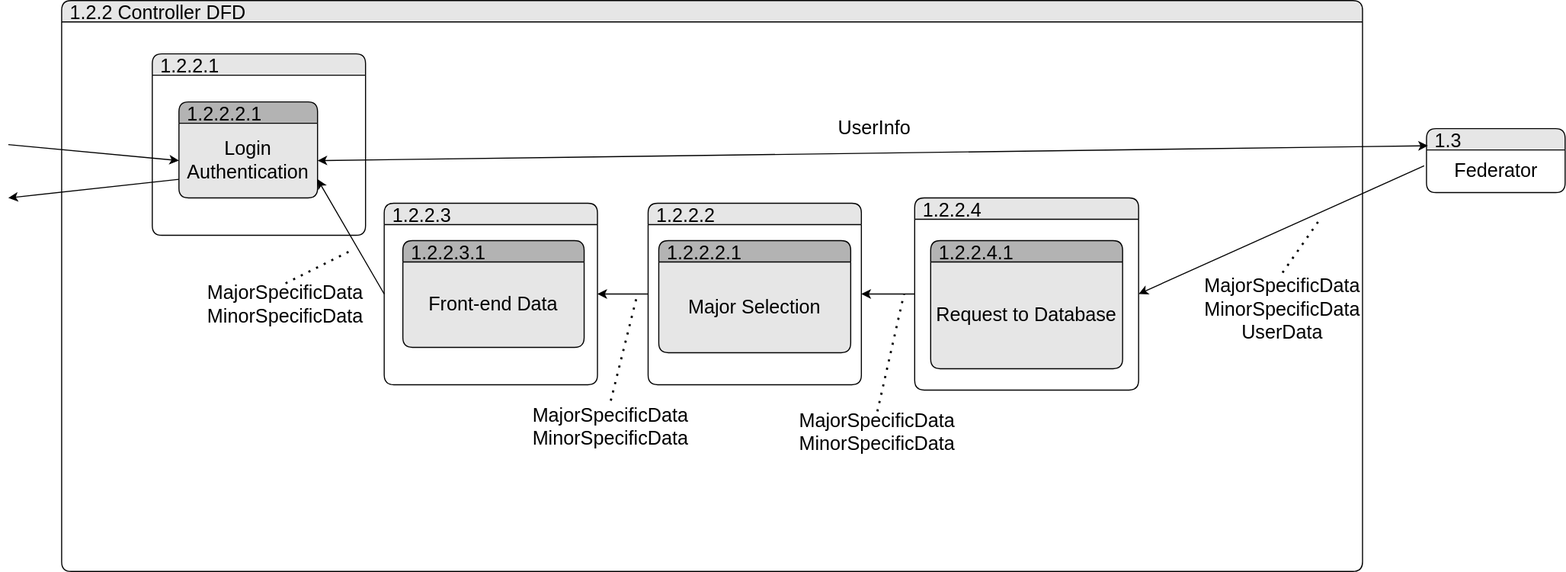
Before: TeamTwoFiles/SimpleController_DFD.drawio.svg, a diagram exported from draw.io (MckennahPalmer/CSE430). Source tidied: cells renumbered, new cells last; positions are measured from the earlier drawing's top-left corner, leaving out a move shared by most shapes.
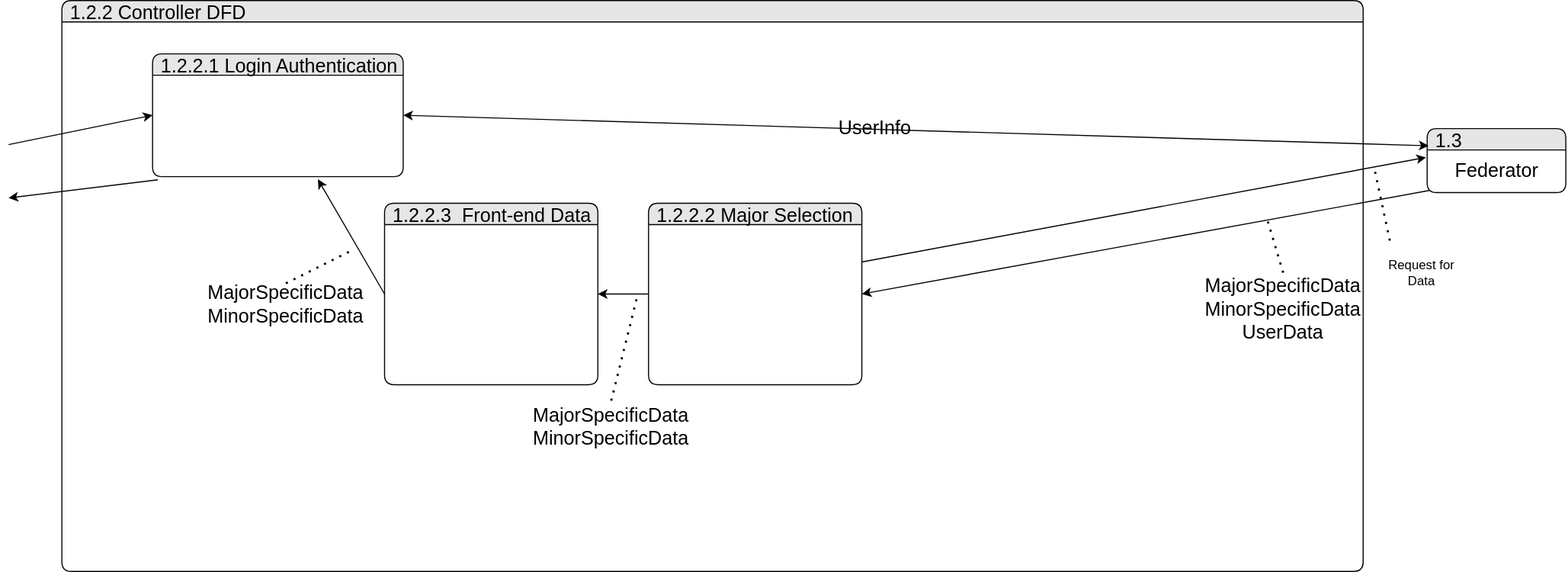
The same diagram one commit later.

Diff of the diagram source:
```diff
@@ -5,68 +5,52 @@
     <mxCell id="2" value="1.2.2 Controller DFD" style="swimlane;fontStyle=0;horizontal=1;startSize=20;fillColor=#E6E6E6;swimlaneFillColor=#FFFFFF;rounded=1;strokeColor=default;align=left;verticalAlign=middle;fontFamily=Helvetica;fontSize=18;fontColor=default;spacingLeft=6;shadow=0;" parent="1" vertex="1">
       <mxGeometry x="50" width="1220" height="535" as="geometry" />
     </mxCell>
-    <mxCell id="3" value="1.2.2.4 " style="swimlane;fontStyle=0;horizontal=1;startSize=20;fillColor=#E6E6E6;swimlaneFillColor=#FFFFFF;rounded=1;strokeColor=default;align=left;verticalAlign=middle;fontFamily=Helvetica;fontSize=18;fontColor=default;spacingLeft=6;shadow=0;" parent="1" vertex="1">
-      <mxGeometry x="850" y="185" width="210" height="180" as="geometry" />
-    </mxCell>
+    <mxCell id="34" style="edgeStyle=none;jettySize=auto;html=1;rounded=0;entryX=-0.008;entryY=0.175;entryDx=0;entryDy=0;entryPerimeter=0;" parent="2" edge="1" target="17">
+      <mxGeometry relative="1" as="geometry">
+        <mxPoint x="750" y="245" as="sourcePoint" />
+      </mxGeometry>
+    </mxCell>
     <mxCell id="4" style="edgeStyle=orthogonalEdgeStyle;rounded=0;jettySize=auto;html=1;entryX=1;entryY=0.5;entryDx=0;entryDy=0;" parent="1" edge="1" source="5" target="8">
       <mxGeometry relative="1" as="geometry" />
     </mxCell>
-    <mxCell id="5" value="1.2.2.2 " style="swimlane;fontStyle=0;horizontal=1;startSize=20;fillColor=#E6E6E6;swimlaneFillColor=#FFFFFF;rounded=1;strokeColor=default;align=left;verticalAlign=middle;fontFamily=Helvetica;fontSize=18;fontColor=default;spacingLeft=6;shadow=0;" parent="1" vertex="1">
+    <mxCell id="5" value="1.2.2.2 Major Selection" style="swimlane;fontStyle=0;horizontal=1;startSize=20;fillColor=#E6E6E6;swimlaneFillColor=#FFFFFF;rounded=1;strokeColor=default;align=left;verticalAlign=middle;fontFamily=Helvetica;fontSize=18;fontColor=default;spacingLeft=6;shadow=0;" parent="1" vertex="1">
       <mxGeometry x="600" y="190" width="200" height="170" as="geometry" />
     </mxCell>
-    <mxCell id="6" value="1.2.2.4.1" style="swimlane;fontStyle=0;horizontal=1;startSize=20;fillColor=#B3B3B3;swimlaneFillColor=#E6E6E6;rounded=1;strokeColor=default;align=left;verticalAlign=middle;fontFamily=Helvetica;fontSize=18;fontColor=default;spacingLeft=6;shadow=0;" parent="1" vertex="1">
-      <mxGeometry x="865" y="225" width="180" height="120" as="geometry" />
-    </mxCell>
-    <mxCell id="7" value="&lt;font style=&quot;font-size: 18px;&quot;&gt;Request to Database&lt;/font&gt;" style="text;html=1;strokeColor=none;fillColor=none;align=center;verticalAlign=middle;whiteSpace=wrap;rounded=0;fontSize=12;fontFamily=Helvetica;fontColor=default;" parent="6" vertex="1" collapsed="1">
-      <mxGeometry y="20" width="180" height="100" as="geometry" />
-    </mxCell>
-    <mxCell id="8" value="1.2.2.3  " style="swimlane;fontStyle=0;horizontal=1;startSize=20;fillColor=#E6E6E6;swimlaneFillColor=#FFFFFF;rounded=1;strokeColor=default;align=left;verticalAlign=middle;fontFamily=Helvetica;fontSize=18;fontColor=default;spacingLeft=6;shadow=0;" parent="1" vertex="1">
+    <mxCell id="8" value="1.2.2.3  Front-end Data" style="swimlane;fontStyle=0;horizontal=1;startSize=20;fillColor=#E6E6E6;swimlaneFillColor=#FFFFFF;rounded=1;strokeColor=default;align=left;verticalAlign=middle;fontFamily=Helvetica;fontSize=18;fontColor=default;spacingLeft=6;shadow=0;" parent="1" vertex="1">
       <mxGeometry x="352.5" y="190" width="200" height="170" as="geometry" />
     </mxCell>
     <mxCell id="9" style="group;" parent="1" vertex="1">
-      <mxGeometry x="135" y="50" width="200" height="170" as="geometry" />
+      <mxGeometry x="135" y="50" width="235" height="115" as="geometry" />
     </mxCell>
-    <mxCell id="10" value="1.2.2.1 " style="swimlane;fontStyle=0;horizontal=1;startSize=20;fillColor=#E6E6E6;swimlaneFillColor=#FFFFFF;rounded=1;strokeColor=default;align=left;verticalAlign=middle;fontFamily=Helvetica;fontSize=18;fontColor=default;spacingLeft=6;shadow=0;" parent="9" vertex="1">
-      <mxGeometry width="200" height="170" as="geometry" />
+    <mxCell id="10" value="1.2.2.1 Login Authentication" style="swimlane;fontStyle=0;horizontal=1;startSize=20;fillColor=#E6E6E6;swimlaneFillColor=#FFFFFF;rounded=1;strokeColor=default;align=left;verticalAlign=middle;fontFamily=Helvetica;fontSize=18;fontColor=default;spacingLeft=6;shadow=0;" parent="9" vertex="1">
+      <mxGeometry width="235" height="115" as="geometry" />
     </mxCell>
-    <mxCell id="11" value="1.2.2.3.1" style="swimlane;fontStyle=0;horizontal=1;startSize=20;fillColor=#B3B3B3;swimlaneFillColor=#E6E6E6;rounded=1;strokeColor=default;align=left;verticalAlign=middle;fontFamily=Helvetica;fontSize=18;fontColor=default;spacingLeft=6;shadow=0;" parent="1" vertex="1">
-      <mxGeometry x="370" y="225" width="170" height="100" as="geometry" />
-    </mxCell>
-    <mxCell id="12" value="&lt;font style=&quot;font-size: 18px;&quot;&gt;Front-end Data&lt;/font&gt;" style="text;html=1;strokeColor=none;fillColor=none;align=center;verticalAlign=middle;whiteSpace=wrap;rounded=0;fontSize=12;fontFamily=Helvetica;fontColor=default;" parent="11" vertex="1">
-      <mxGeometry y="20" width="170" height="80" as="geometry" />
-    </mxCell>
-    <mxCell id="13" value="1.2.2.2.1" style="swimlane;fontStyle=0;horizontal=1;startSize=20;fillColor=#B3B3B3;swimlaneFillColor=#E6E6E6;rounded=1;strokeColor=default;align=left;verticalAlign=middle;fontFamily=Helvetica;fontSize=18;fontColor=default;spacingLeft=6;shadow=0;" parent="1" vertex="1">
-      <mxGeometry x="610" y="225" width="180" height="105" as="geometry" />
-    </mxCell>
-    <mxCell id="14" value="&lt;font style=&quot;font-size: 18px;&quot;&gt;Major Selection&lt;/font&gt;" style="text;html=1;strokeColor=none;fillColor=none;align=center;verticalAlign=middle;whiteSpace=wrap;rounded=0;fontSize=12;fontFamily=Helvetica;fontColor=default;" parent="13" vertex="1">
-      <mxGeometry y="20" width="180" height="85" as="geometry" />
-    </mxCell>
-    <mxCell id="15" value="1.2.2.2.1" style="swimlane;fontStyle=0;horizontal=1;startSize=20;fillColor=#B3B3B3;swimlaneFillColor=#E6E6E6;rounded=1;strokeColor=default;align=left;verticalAlign=middle;fontFamily=Helvetica;fontSize=18;fontColor=default;spacingLeft=6;shadow=0;" parent="1" vertex="1">
-      <mxGeometry x="160" y="95" width="130" height="90" as="geometry" />
-    </mxCell>
     <mxCell id="16" value="1.3" style="swimlane;fontStyle=0;horizontal=1;startSize=20;fillColor=#E6E6E6;swimlaneFillColor=#FFFFFF;rounded=1;strokeColor=default;align=left;verticalAlign=middle;fontFamily=Helvetica;fontSize=18;fontColor=default;spacingLeft=6;shadow=0;" parent="1" vertex="1">
       <mxGeometry x="1330" y="120" width="130" height="60" as="geometry" />
     </mxCell>
     <mxCell id="17" value="&lt;font style=&quot;font-size: 18px;&quot;&gt;Federator&lt;/font&gt;" style="text;html=1;align=center;verticalAlign=middle;points=[];strokeColor=none;fillColor=none;" parent="16" vertex="1">
       <mxGeometry y="20" width="130" height="40" as="geometry" />
     </mxCell>
-    <mxCell id="18" style="endArrow=classic;html=1;rounded=0;entryX=0;entryY=0.5;entryDx=0;entryDy=0;" parent="1" edge="1" target="33">
+    <mxCell id="18" style="endArrow=classic;html=1;rounded=0;entryX=0;entryY=0.5;entryDx=0;entryDy=0;" parent="1" edge="1" target="10">
       <mxGeometry relative="1" as="geometry">
         <mxPoint y="135" as="sourcePoint" />
       </mxGeometry>
     </mxCell>
-    <mxCell id="19" style="endArrow=classic;html=1;rounded=0;exitX=0;exitY=0.75;exitDx=0;exitDy=0;" parent="1" edge="1" source="33">
+    <mxCell id="19" style="endArrow=classic;html=1;rounded=0;" parent="1" edge="1">
       <mxGeometry relative="1" as="geometry">
+        <mxPoint x="140" y="168" as="sourcePoint" />
         <mxPoint y="185" as="targetPoint" />
       </mxGeometry>
     </mxCell>
-    <mxCell id="20" style="endArrow=classic;html=1;rounded=0;exitX=-0.017;exitY=0.373;exitDx=0;exitDy=0;exitPerimeter=0;entryX=1;entryY=0.5;entryDx=0;entryDy=0;" parent="1" edge="1" source="17" target="3">
+    <mxCell id="20" style="endArrow=classic;html=1;rounded=0;exitX=0.015;exitY=0.95;exitDx=0;exitDy=0;exitPerimeter=0;entryX=1;entryY=0.5;entryDx=0;entryDy=0;" parent="1" edge="1" source="17" target="5">
       <mxGeometry relative="1" as="geometry" />
     </mxCell>
-    <mxCell id="21" style="endArrow=classic;html=1;rounded=0;exitX=0;exitY=0.5;exitDx=0;exitDy=0;entryX=1;entryY=0.75;entryDx=0;entryDy=0;" parent="1" edge="1" source="8" target="33">
-      <mxGeometry relative="1" as="geometry" />
+    <mxCell id="21" style="endArrow=classic;html=1;rounded=0;exitX=0;exitY=0.5;exitDx=0;exitDy=0;entryX=1;entryY=0.75;entryDx=0;entryDy=0;" parent="1" edge="1" source="8">
+      <mxGeometry relative="1" as="geometry">
+        <mxPoint x="290" y="167.5" as="targetPoint" />
+      </mxGeometry>
     </mxCell>
-    <mxCell id="22" style="endArrow=classic;startArrow=classic;html=1;rounded=0;exitX=1;exitY=0.5;exitDx=0;exitDy=0;entryX=0.01;entryY=-0.098;entryDx=0;entryDy=0;entryPerimeter=0;" parent="1" edge="1" source="33" target="17">
+    <mxCell id="22" style="endArrow=classic;startArrow=classic;html=1;rounded=0;entryX=0.01;entryY=-0.098;entryDx=0;entryDy=0;entryPerimeter=0;exitX=1;exitY=0.5;exitDx=0;exitDy=0;" parent="1" edge="1" source="10" target="17">
       <mxGeometry relative="1" as="geometry" />
     </mxCell>
     <mxCell id="23" value="&lt;font style=&quot;font-size: 18px;&quot;&gt;UserInfo&amp;nbsp;&lt;/font&gt;" style="text;html=1;strokeColor=none;fillColor=none;align=center;verticalAlign=middle;whiteSpace=wrap;rounded=0;" parent="1" vertex="1">
@@ -75,14 +59,6 @@
     <mxCell id="24" value="&lt;font style=&quot;font-size: 18px;&quot;&gt;MajorSpecificData&lt;br&gt;MinorSpecificData&lt;br&gt;UserData&lt;/font&gt;" style="text;html=1;strokeColor=none;fillColor=none;align=center;verticalAlign=middle;whiteSpace=wrap;rounded=0;" parent="1" vertex="1">
       <mxGeometry x="1110" y="255" width="170" height="70" as="geometry" />
     </mxCell>
-    <mxCell id="25" value="&lt;font style=&quot;font-size: 18px;&quot;&gt;MajorSpecificData&lt;br&gt;MinorSpecificData&lt;/font&gt;" style="text;html=1;strokeColor=none;fillColor=none;align=center;verticalAlign=middle;whiteSpace=wrap;rounded=0;" parent="1" vertex="1">
-      <mxGeometry x="760" y="385" width="110" height="40" as="geometry" />
-    </mxCell>
-    <mxCell id="26" style="endArrow=none;dashed=1;html=1;dashPattern=1 3;strokeWidth=2;rounded=0;exitX=0.5;exitY=0;exitDx=0;exitDy=0;" parent="1" edge="1" source="25">
-      <mxGeometry relative="1" as="geometry">
-        <mxPoint x="840" y="275" as="targetPoint" />
-      </mxGeometry>
-    </mxCell>
     <mxCell id="27" value="&lt;font style=&quot;font-size: 18px;&quot;&gt;MajorSpecificData&lt;br&gt;MinorSpecificData&lt;/font&gt;" style="text;html=1;strokeColor=none;fillColor=none;align=center;verticalAlign=middle;whiteSpace=wrap;rounded=0;" parent="1" vertex="1">
       <mxGeometry x="520" y="375" width="90" height="50" as="geometry" />
     </mxCell>
@@ -91,9 +67,6 @@
         <mxPoint x="590" y="275" as="targetPoint" />
       </mxGeometry>
     </mxCell>
-    <mxCell id="29" style="endArrow=classic;html=1;rounded=0;exitX=0;exitY=0.5;exitDx=0;exitDy=0;entryX=1;entryY=0.5;entryDx=0;entryDy=0;" parent="1" edge="1" source="3" target="5">
-      <mxGeometry relative="1" as="geometry" />
-    </mxCell>
     <mxCell id="30" value="&lt;font style=&quot;font-size: 18px;&quot;&gt;MajorSpecificData&lt;br&gt;MinorSpecificData&lt;/font&gt;" style="text;html=1;strokeColor=none;fillColor=none;align=center;verticalAlign=middle;whiteSpace=wrap;rounded=0;" parent="1" vertex="1">
       <mxGeometry x="200" y="265" width="120" height="40" as="geometry" />
     </mxCell>
@@ -104,11 +77,17 @@
     </mxCell>
     <mxCell id="32" style="endArrow=none;dashed=1;html=1;dashPattern=1 3;strokeWidth=2;rounded=0;exitX=0.5;exitY=0;exitDx=0;exitDy=0;" parent="1" edge="1" source="24">
       <mxGeometry relative="1" as="geometry">
-        <mxPoint x="1230" y="205" as="targetPoint" />
+        <mxPoint x="1180" y="205" as="targetPoint" />
       </mxGeometry>
     </mxCell>
-    <mxCell id="33" value="&lt;font style=&quot;font-size: 18px;&quot;&gt;Login Authentication&lt;/font&gt;" style="text;html=1;strokeColor=none;fillColor=none;align=center;verticalAlign=middle;whiteSpace=wrap;rounded=0;fontSize=12;fontFamily=Helvetica;fontColor=default;" parent="1" vertex="1">
-      <mxGeometry x="160" y="115" width="130" height="70" as="geometry" />
-    </mxCell>
+    <mxCell id="35" value="Request for Data" style="text;html=1;strokeColor=none;fillColor=none;align=center;verticalAlign=middle;whiteSpace=wrap;rounded=0;" parent="1" vertex="1">
+      <mxGeometry x="1280" y="225" width="90" height="60" as="geometry" />
+    </mxCell>
+    <mxCell id="36" style="endArrow=none;dashed=1;html=1;dashPattern=1 3;strokeWidth=2;rounded=0;exitX=0.5;exitY=0;exitDx=0;exitDy=0;" parent="1" edge="1">
+      <mxGeometry relative="1" as="geometry">
+        <mxPoint x="1295" y="225" as="sourcePoint" />
+        <mxPoint x="1280" y="155" as="targetPoint" />
+      </mxGeometry>
+    </mxCell>
   </root>
 </mxGraphModel>
```
